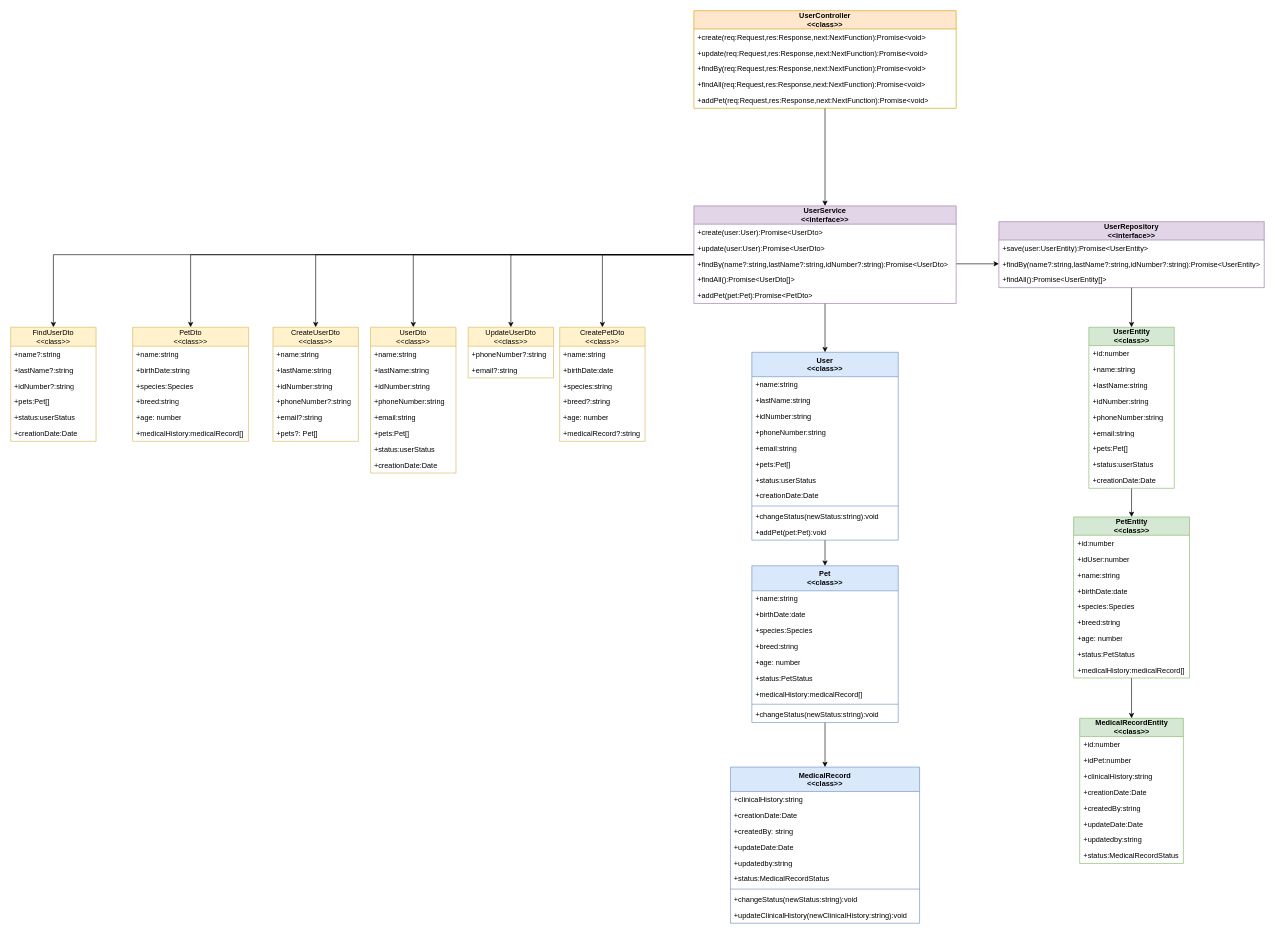
Above: page "Classes" (1 of 2) of docs/Veterinaria design.drawio in Matias-Viking/Veterinary (draw.io), before the change. Source tidied: cells renumbered, new cells numbered last; positions are measured from the earlier drawing's top-left corner, leaving out a move shared by most shapes. Both pictures are drawn from the tidied source at 61%, with x=0, y=0 at pixel (10, 10).
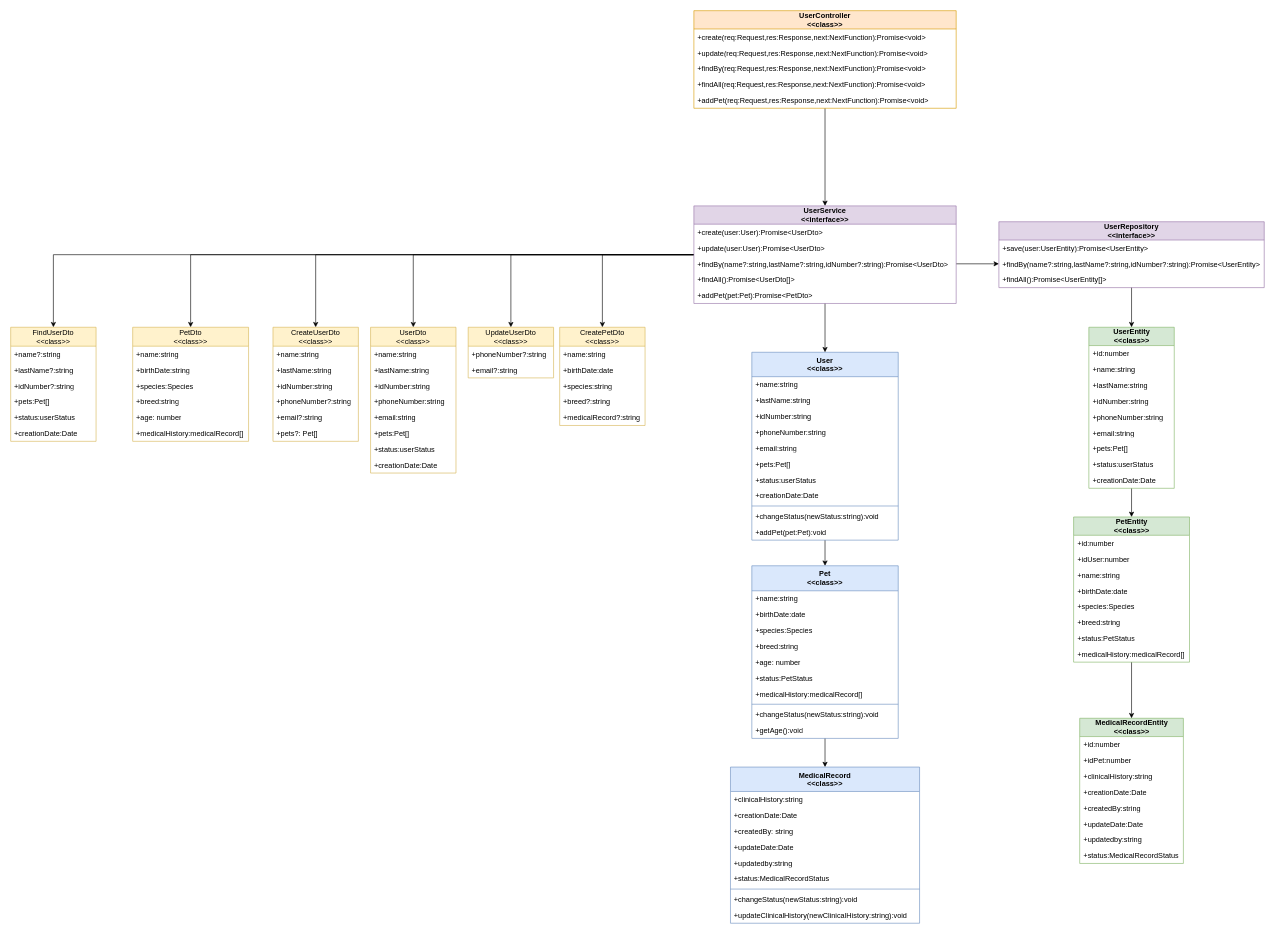
The same page after the edit.

Commit message:
diseño actualizado

Change to the diagram source:
```diff
@@
     <mxCell id="3" value="Pet&lt;div&gt;&amp;lt;&amp;lt;class&amp;gt;&amp;gt;&lt;/div&gt;" style="swimlane;fontStyle=1;align=center;verticalAlign=top;horizontal=1;startSize=41;whiteSpace=wrap;html=1;fillColor=#dae8fc;strokeColor=#6c8ebf;" parent="1" vertex="1">
-      <mxGeometry x="1215" y="910" width="240" height="257" as="geometry" />
+      <mxGeometry x="1215" y="910" width="240" height="283" as="geometry" />
     </mxCell>
@@
+    <mxCell id="133" value="+getAge():void" style="text;strokeColor=none;fillColor=none;align=left;verticalAlign=top;spacingLeft=4;spacingRight=4;overflow=hidden;whiteSpace=wrap;html=1;" parent="3" vertex="1">
+      <mxGeometry y="257" width="240" height="26" as="geometry" />
+    </mxCell>
@@
     <mxCell id="46" value="&lt;b&gt;PetEntity&lt;/b&gt;&lt;div&gt;&lt;b&gt;&amp;lt;&amp;lt;class&amp;gt;&amp;gt;&lt;/b&gt;&lt;/div&gt;" style="swimlane;fontStyle=0;horizontal=1;startSize=30;fillColor=#d5e8d4;whiteSpace=wrap;html=1;strokeColor=#82b366;" parent="1" vertex="1">
-      <mxGeometry x="1742.5" y="830" width="190" height="264" as="geometry" />
+      <mxGeometry x="1742.5" y="830" width="190" height="238" as="geometry" />
     </mxCell>
@@
-    <mxCell id="53" value="+age: number" style="text;strokeColor=none;fillColor=none;align=left;verticalAlign=top;spacingLeft=4;spacingRight=4;overflow=hidden;whiteSpace=wrap;html=1;" parent="46" vertex="1">
-      <mxGeometry y="186" width="190" height="26" as="geometry" />
-    </mxCell>
     <mxCell id="54" value="+status:PetStatus" style="text;strokeColor=none;fillColor=none;align=left;verticalAlign=top;spacingLeft=4;spacingRight=4;overflow=hidden;whiteSpace=wrap;html=1;" parent="46" vertex="1">
-      <mxGeometry y="212" width="190" height="26" as="geometry" />
+      <mxGeometry y="186" width="190" height="26" as="geometry" />
     </mxCell>
     <mxCell id="55" value="+medicalHistory:medicalRecord[]" style="text;strokeColor=none;fillColor=none;align=left;verticalAlign=top;spacingLeft=4;spacingRight=4;overflow=hidden;whiteSpace=wrap;html=1;" parent="46" vertex="1">
-      <mxGeometry y="238" width="190" height="26" as="geometry" />
+      <mxGeometry y="212" width="190" height="26" as="geometry" />
     </mxCell>
@@
     <mxCell id="112" value="CreatePetDto&lt;div&gt;&amp;lt;&amp;lt;class&amp;gt;&amp;gt;&lt;/div&gt;" style="swimlane;fontStyle=0;horizontal=1;startSize=31;fillColor=#fff2cc;whiteSpace=wrap;html=1;strokeColor=#d6b656;" parent="1" vertex="1">
-      <mxGeometry x="900" y="519" width="140" height="187" as="geometry" />
+      <mxGeometry x="900" y="519" width="140" height="161" as="geometry" />
     </mxCell>
@@
-    <mxCell id="117" value="+age: number" style="text;strokeColor=none;fillColor=none;align=left;verticalAlign=top;spacingLeft=4;spacingRight=4;overflow=hidden;whiteSpace=wrap;html=1;" parent="112" vertex="1">
-      <mxGeometry y="135" width="140" height="26" as="geometry" />
-    </mxCell>
     <mxCell id="118" value="+medicalRecord?:string" style="text;strokeColor=none;fillColor=none;align=left;verticalAlign=top;spacingLeft=4;spacingRight=4;overflow=hidden;whiteSpace=wrap;html=1;" parent="112" vertex="1">
-      <mxGeometry y="161" width="140" height="26" as="geometry" />
+      <mxGeometry y="135" width="140" height="26" as="geometry" />
     </mxCell>
```
